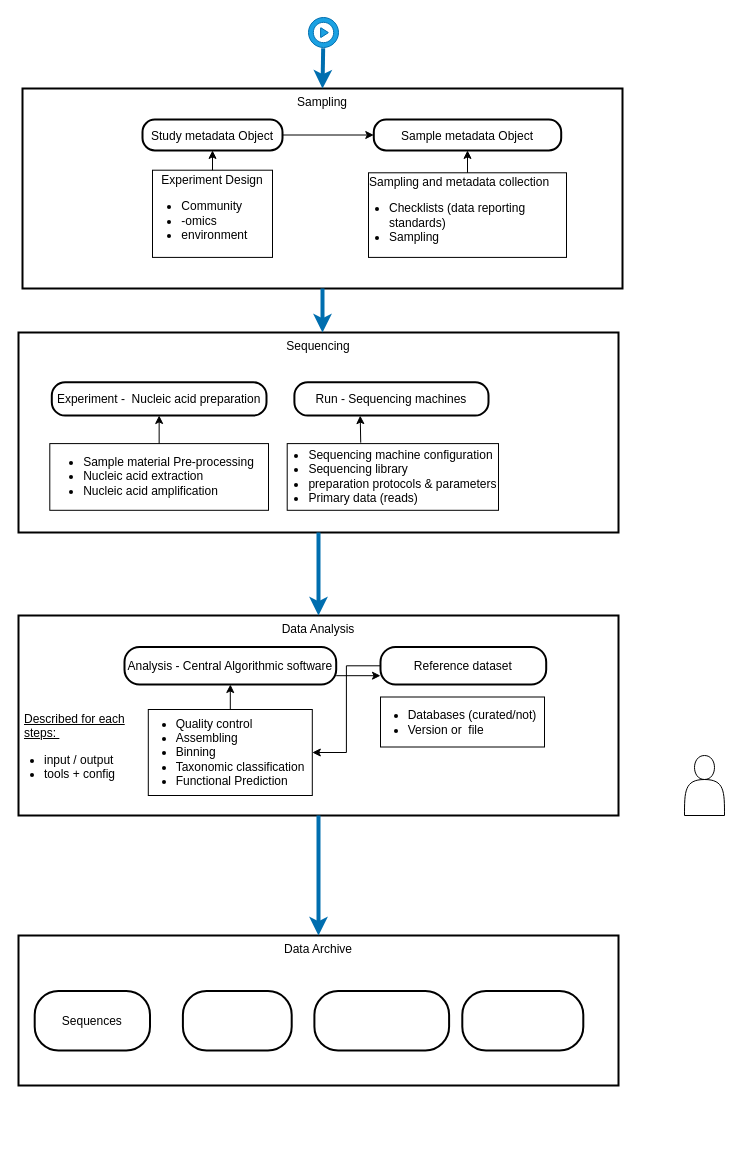
Earlier version of the draw.io diagram metaDaLi.drawio (Arzhura/DaLi). Source tidied: cells renumbered, new cells numbered last; positions are measured from the earlier drawing's top-left corner, leaving out a move shared by most shapes. Both pictures are drawn from the tidied source at 100%, with x=0, y=0 at pixel (18, 17).
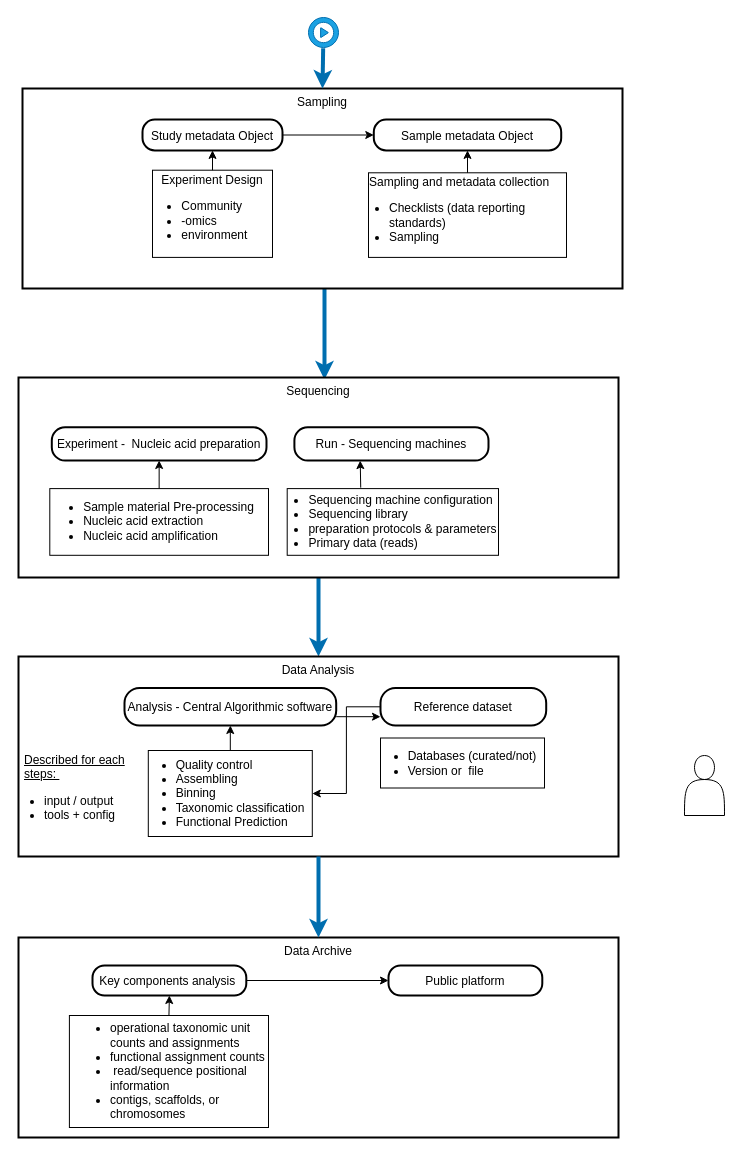
Above is the later version.

The change refers to these unchanged cells:
```xml
<mxCell id="18" value="Sampling" style="whiteSpace=wrap;strokeWidth=2;verticalAlign=top;" parent="1" vertex="1">
  <mxGeometry x="4" y="71" width="600" height="200" as="geometry" />
</mxCell>
```

The edit, as a diff of the source:
```diff
@@
+    <mxCell id="34" style="endArrow=classic;html=1;rounded=0;fillColor=#1ba1e2;strokeColor=#006EAF;strokeWidth=4;exitX=0.5;exitY=1;exitDx=0;exitDy=0;entryX=0.5;entryY=0;entryDx=0;entryDy=0;" parent="1" edge="1" source="11" target="2">
+      <mxGeometry relative="1" as="geometry">
+        <Array as="points">
+          <mxPoint x="300" y="528" />
+        </Array>
+      </mxGeometry>
+    </mxCell>
+    <mxCell id="35" style="endArrow=classic;html=1;rounded=0;fillColor=#1ba1e2;strokeColor=#006EAF;strokeWidth=4;" parent="1" edge="1">
+      <mxGeometry relative="1" as="geometry">
+        <mxPoint x="306" y="268" as="sourcePoint" />
+        <mxPoint x="306" y="362" as="targetPoint" />
+      </mxGeometry>
+    </mxCell>
     <mxCell id="2" value="Data Analysis" style="whiteSpace=wrap;strokeWidth=2;verticalAlign=top;" parent="1" vertex="1">
-      <mxGeometry y="598" width="600" height="200" as="geometry" />
+      <mxGeometry y="639" width="600" height="200" as="geometry" />
     </mxCell>
@@
     <mxCell id="11" value="Sequencing" style="whiteSpace=wrap;strokeWidth=2;verticalAlign=top;" parent="1" vertex="1">
-      <mxGeometry y="315" width="600" height="200" as="geometry" />
+      <mxGeometry y="360" width="600" height="200" as="geometry" />
     </mxCell>
@@
     <mxCell id="28" value="Data Archive" style="whiteSpace=wrap;strokeWidth=2;verticalAlign=top;" parent="1" vertex="1">
-      <mxGeometry y="918" width="600" height="150" as="geometry" />
+      <mxGeometry y="920" width="600" height="200" as="geometry" />
     </mxCell>
-    <mxCell id="29" style="rounded=1;arcSize=40;strokeWidth=2;" parent="28" vertex="1">
-      <mxGeometry x="295.9" y="55.6" width="134.7" height="59.3" as="geometry" />
-    </mxCell>
-    <mxCell id="30" style="rounded=1;arcSize=40;strokeWidth=2;" parent="28" vertex="1">
-      <mxGeometry x="164.4" y="55.6" width="108.8" height="59.3" as="geometry" />
-    </mxCell>
-    <mxCell id="31" value="Sequences" style="rounded=1;arcSize=40;strokeWidth=2;" parent="28" vertex="1">
-      <mxGeometry x="16.2" y="55.6" width="115.3" height="59.3" as="geometry" />
+    <mxCell id="31" value="Key components analysis " style="rounded=1;arcSize=40;strokeWidth=2;" parent="28" vertex="1">
+      <mxGeometry x="74" y="28" width="153.8" height="30" as="geometry" />
     </mxCell>
-    <mxCell id="32" style="rounded=1;arcSize=40;strokeWidth=2;" parent="28" vertex="1">
-      <mxGeometry x="443.8" y="55.6" width="121" height="59.3" as="geometry" />
-    </mxCell>
+    <mxCell id="40" value="&lt;div style=&quot;&quot;&gt;&lt;p style=&quot;&quot;&gt;&lt;/p&gt;&lt;ul&gt;&lt;li style=&quot;text-align: left;&quot;&gt;&lt;font style=&quot;font-size: 12px;&quot; face=&quot;Helvetica&quot;&gt;operational taxonomic unit counts and assignments&lt;/font&gt;&lt;/li&gt;&lt;li style=&quot;text-align: left;&quot;&gt;&lt;font face=&quot;Helvetica&quot; style=&quot;font-size: 12px;&quot;&gt;functional assignment counts&lt;/font&gt;&lt;/li&gt;&lt;li style=&quot;text-align: left;&quot;&gt;&lt;font face=&quot;XK4yL2_mpYgl22afmBj1&quot; style=&quot;font-size: 12px;&quot;&gt;&amp;nbsp;&lt;/font&gt;&lt;font style=&quot;font-size: 12px;&quot;&gt;&lt;font face=&quot;Helvetica&quot;&gt;read/sequence positional information&lt;/font&gt;&lt;/font&gt;&lt;/li&gt;&lt;li style=&quot;text-align: left;&quot;&gt;&lt;font face=&quot;Helvetica&quot;&gt;contigs, scaffolds, or chromosome&lt;/font&gt;&lt;font face=&quot;XK4yL2_mpYgl22afmBj1&quot;&gt;s&lt;/font&gt;&lt;/li&gt;&lt;/ul&gt;&lt;p&gt;&lt;/p&gt;&lt;/div&gt;" style="rounded=0;whiteSpace=wrap;html=1;" parent="28" vertex="1">
+      <mxGeometry x="50.9" y="78" width="199.1" height="112" as="geometry" />
+    </mxCell>
+    <mxCell id="41" style="endArrow=classic;html=1;rounded=0;exitX=0.5;exitY=0;exitDx=0;exitDy=0;entryX=0.5;entryY=1;entryDx=0;entryDy=0;" parent="28" edge="1" source="40" target="31">
+      <mxGeometry relative="1" as="geometry" />
+    </mxCell>
+    <mxCell id="42" value="Public platform" style="rounded=1;arcSize=40;strokeWidth=2;" parent="28" vertex="1">
+      <mxGeometry x="370" y="28" width="153.8" height="30" as="geometry" />
+    </mxCell>
+    <mxCell id="43" style="endArrow=classic;html=1;rounded=0;exitX=1;exitY=0.5;exitDx=0;exitDy=0;entryX=0;entryY=0.5;entryDx=0;entryDy=0;" parent="28" edge="1" source="31" target="42">
+      <mxGeometry relative="1" as="geometry" />
+    </mxCell>
@@
-    <mxCell id="34" style="endArrow=classic;html=1;rounded=0;fillColor=#1ba1e2;strokeColor=#006EAF;strokeWidth=4;exitX=0.5;exitY=1;exitDx=0;exitDy=0;entryX=0.5;entryY=0;entryDx=0;entryDy=0;" parent="1" edge="1" source="11" target="2">
-      <mxGeometry relative="1" as="geometry">
-        <Array as="points">
-          <mxPoint x="300" y="528" />
-        </Array>
-      </mxGeometry>
-    </mxCell>
-    <mxCell id="35" style="endArrow=classic;html=1;rounded=0;fillColor=#1ba1e2;strokeColor=#006EAF;strokeWidth=4;exitX=0.5;exitY=1;exitDx=0;exitDy=0;entryX=0.5;entryY=0;entryDx=0;entryDy=0;" parent="1" edge="1" source="18">
-      <mxGeometry relative="1" as="geometry">
-        <mxPoint x="304" y="315" as="targetPoint" />
-      </mxGeometry>
-    </mxCell>
```
